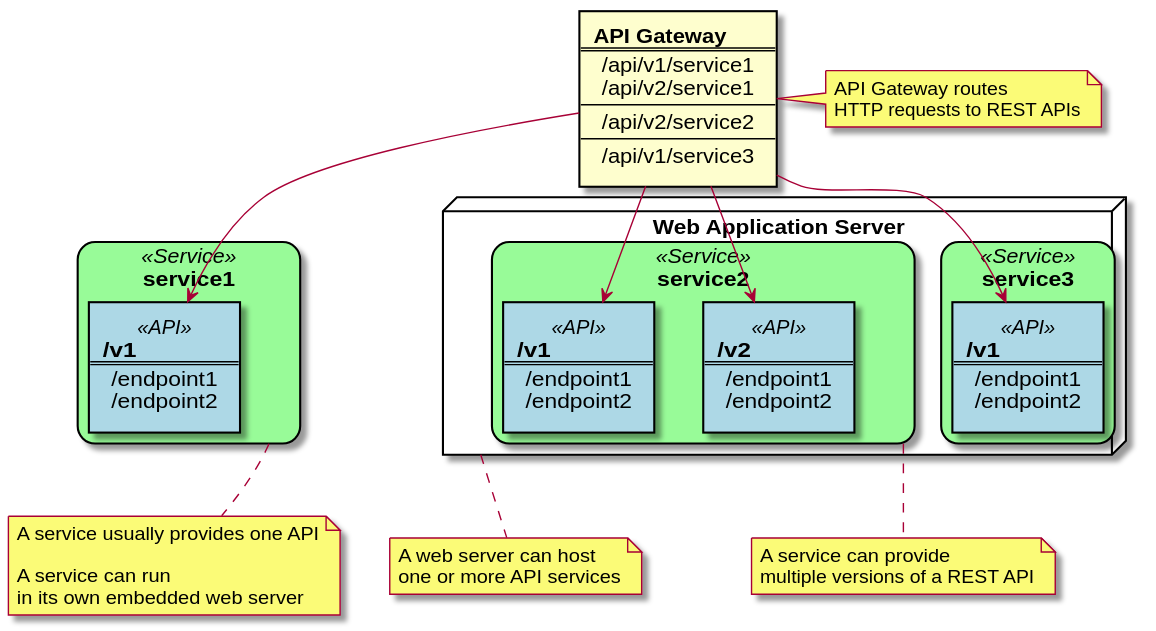
The PlantUML diagram docs/user-guide/api-mediation/diagrams/rest-api-components.svg in zowe/docs-site, before a commit.
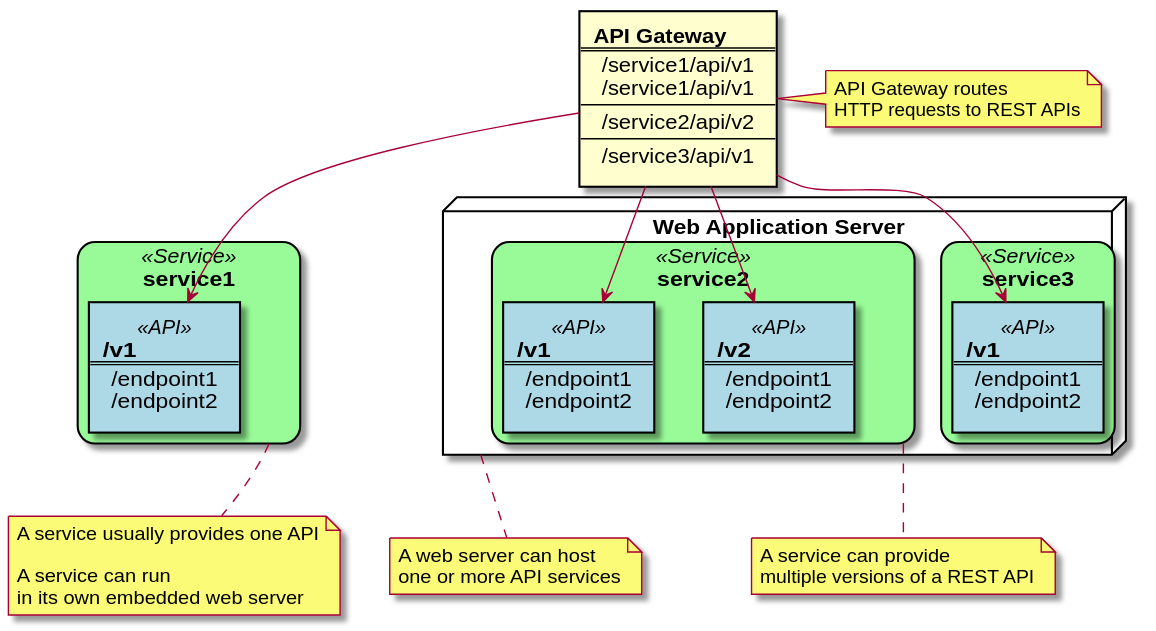
Above is the later version.

Change to the diagram source:
```diff
@@ -8,12 +8,12 @@
 rectangle gateway [
 <b>API Gateway</b>
 ===
-/api/v1/service1
-/api/v2/service1
+/service1/api/v1
+/service1/api/v2
 ---
-/api/v2/service2
+/service2/api/v2
 ---
-/api/v1/service3
+/service3/api/v1
 ]
 
 rectangle service1 <<Service>> {
```
